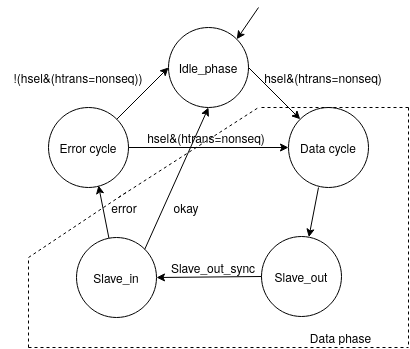
Ovsthus/hovsthus_thesis keeps this draw.io diagram as figs/hw/sAgent_FSM.png. Above is the earlier version. Source tidied: cells renumbered, new cells last; positions are measured from the earlier drawing's top-left corner, leaving out a move shared by most shapes. The source it was exported from:
```xml
<mxGraphModel>
  <root>
    <mxCell id="0" />
    <mxCell id="1" parent="0" />
    <mxCell id="2" value="Idle_phase" style="ellipse;whiteSpace=wrap;html=1;" parent="1" vertex="1">
      <mxGeometry x="168" y="20" width="80" height="80" as="geometry" />
    </mxCell>
    <mxCell id="3" value="Data cycle" style="ellipse;whiteSpace=wrap;html=1;" parent="1" vertex="1">
      <mxGeometry x="288" y="100" width="80" height="80" as="geometry" />
    </mxCell>
    <mxCell id="4" value="&lt;div&gt;Slave_out &lt;br&gt;&lt;/div&gt;" style="ellipse;whiteSpace=wrap;html=1;" parent="1" vertex="1">
      <mxGeometry x="261" y="229" width="80" height="80" as="geometry" />
    </mxCell>
    <mxCell id="5" value="Slave_in" style="ellipse;whiteSpace=wrap;html=1;" parent="1" vertex="1">
      <mxGeometry x="76" y="230" width="80" height="80" as="geometry" />
    </mxCell>
    <mxCell id="6" value="Error cycle" style="ellipse;whiteSpace=wrap;html=1;" parent="1" vertex="1">
      <mxGeometry x="48" y="100" width="80" height="80" as="geometry" />
    </mxCell>
    <mxCell id="7" style="endArrow=classic;html=1;exitX=1;exitY=0.5;exitDx=0;exitDy=0;entryX=0;entryY=0;entryDx=0;entryDy=0;" parent="1" edge="1" source="2" target="3">
      <mxGeometry relative="1" as="geometry" />
    </mxCell>
    <mxCell id="8" style="endArrow=classic;html=1;exitX=0.375;exitY=1;exitDx=0;exitDy=0;exitPerimeter=0;" parent="1" edge="1" source="3" target="4">
      <mxGeometry relative="1" as="geometry" />
    </mxCell>
    <mxCell id="9" style="endArrow=classic;html=1;exitX=0;exitY=0.5;exitDx=0;exitDy=0;entryX=1;entryY=0.5;entryDx=0;entryDy=0;" parent="1" edge="1" source="4" target="5">
      <mxGeometry relative="1" as="geometry" />
    </mxCell>
    <mxCell id="10" style="endArrow=classic;html=1;entryX=0.625;entryY=0.975;entryDx=0;entryDy=0;entryPerimeter=0;" parent="1" edge="1" source="5" target="6">
      <mxGeometry relative="1" as="geometry" />
    </mxCell>
    <mxCell id="11" style="endArrow=classic;html=1;exitX=1;exitY=0;exitDx=0;exitDy=0;entryX=0;entryY=0.5;entryDx=0;entryDy=0;" parent="1" edge="1" source="6" target="2">
      <mxGeometry relative="1" as="geometry" />
    </mxCell>
    <mxCell id="12" value="hsel&amp;amp;(htrans=nonseq)" style="text;html=1;strokeColor=none;fillColor=none;align=center;verticalAlign=middle;whiteSpace=wrap;rounded=0;" parent="1" vertex="1">
      <mxGeometry x="268" y="60" width="110" height="20" as="geometry" />
    </mxCell>
    <mxCell id="13" value="Slave_out_sync" style="text;html=1;strokeColor=none;fillColor=none;align=center;verticalAlign=middle;whiteSpace=wrap;rounded=0;" parent="1" vertex="1">
      <mxGeometry x="193" y="250" width="40" height="20" as="geometry" />
    </mxCell>
    <mxCell id="14" value="okay" style="text;html=1;strokeColor=none;fillColor=none;align=center;verticalAlign=middle;whiteSpace=wrap;rounded=0;" parent="1" vertex="1">
      <mxGeometry x="164" y="190" width="44" height="20" as="geometry" />
    </mxCell>
    <mxCell id="15" value="!(hsel&amp;amp;(htrans=nonseq))" style="text;html=1;strokeColor=none;fillColor=none;align=center;verticalAlign=middle;whiteSpace=wrap;rounded=0;" parent="1" vertex="1">
      <mxGeometry y="60" width="156" height="20" as="geometry" />
    </mxCell>
    <mxCell id="16" style="endArrow=classic;html=1;entryX=1;entryY=0;entryDx=0;entryDy=0;" parent="1" edge="1" target="2">
      <mxGeometry relative="1" as="geometry">
        <mxPoint x="258" as="sourcePoint" />
      </mxGeometry>
    </mxCell>
    <mxCell id="17" style="endArrow=classic;html=1;exitX=1;exitY=0.5;exitDx=0;exitDy=0;entryX=0;entryY=0.5;entryDx=0;entryDy=0;" parent="1" edge="1" source="6" target="3">
      <mxGeometry relative="1" as="geometry" />
    </mxCell>
    <mxCell id="18" style="endArrow=classic;html=1;exitX=1;exitY=0;exitDx=0;exitDy=0;entryX=0.5;entryY=1;entryDx=0;entryDy=0;" parent="1" edge="1" source="5" target="2">
      <mxGeometry relative="1" as="geometry" />
    </mxCell>
    <mxCell id="19" value="error" style="text;html=1;strokeColor=none;fillColor=none;align=center;verticalAlign=middle;whiteSpace=wrap;rounded=0;" parent="1" vertex="1">
      <mxGeometry x="102" y="190" width="44" height="20" as="geometry" />
    </mxCell>
    <mxCell id="20" value="hsel&amp;amp;(htrans=nonseq)" style="text;html=1;strokeColor=none;fillColor=none;align=center;verticalAlign=middle;whiteSpace=wrap;rounded=0;" parent="1" vertex="1">
      <mxGeometry x="151" y="120" width="110" height="20" as="geometry" />
    </mxCell>
    <mxCell id="21" style="endArrow=none;dashed=1;html=1;" parent="1" edge="1">
      <mxGeometry relative="1" as="geometry">
        <mxPoint x="408" y="100" as="sourcePoint" />
        <mxPoint x="258" y="100" as="targetPoint" />
      </mxGeometry>
    </mxCell>
    <mxCell id="22" style="endArrow=none;dashed=1;html=1;" parent="1" edge="1">
      <mxGeometry relative="1" as="geometry">
        <mxPoint x="28" y="340" as="sourcePoint" />
        <mxPoint x="28" y="250" as="targetPoint" />
      </mxGeometry>
    </mxCell>
    <mxCell id="23" style="endArrow=none;dashed=1;html=1;" parent="1" edge="1">
      <mxGeometry relative="1" as="geometry">
        <mxPoint x="28" y="340" as="sourcePoint" />
        <mxPoint x="408" y="340" as="targetPoint" />
      </mxGeometry>
    </mxCell>
    <mxCell id="24" style="endArrow=none;dashed=1;html=1;" parent="1" edge="1">
      <mxGeometry relative="1" as="geometry">
        <mxPoint x="408" y="100" as="sourcePoint" />
        <mxPoint x="408" y="340" as="targetPoint" />
      </mxGeometry>
    </mxCell>
    <mxCell id="25" value="Data phase" style="text;html=1;strokeColor=none;fillColor=none;align=center;verticalAlign=middle;whiteSpace=wrap;rounded=0;" parent="1" vertex="1">
      <mxGeometry x="283" y="320" width="115" height="20" as="geometry" />
    </mxCell>
    <mxCell id="26" style="endArrow=none;dashed=1;html=1;" parent="1" edge="1">
      <mxGeometry relative="1" as="geometry">
        <mxPoint x="118" y="190" as="sourcePoint" />
        <mxPoint x="258" y="100" as="targetPoint" />
      </mxGeometry>
    </mxCell>
    <mxCell id="27" style="endArrow=none;dashed=1;html=1;" parent="1" edge="1">
      <mxGeometry relative="1" as="geometry">
        <mxPoint x="28" y="250" as="sourcePoint" />
        <mxPoint x="128" y="183.3" as="targetPoint" />
      </mxGeometry>
    </mxCell>
  </root>
</mxGraphModel>
```
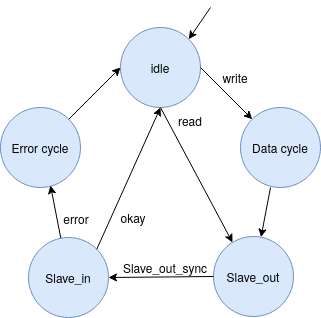
After the change.

The edit, as a diff of the source:
```diff
@@ -2,19 +2,19 @@
   <root>
     <mxCell id="0" />
     <mxCell id="1" parent="0" />
-    <mxCell id="2" value="Idle_phase" style="ellipse;whiteSpace=wrap;html=1;" parent="1" vertex="1">
+    <mxCell id="2" value="idle" style="ellipse;whiteSpace=wrap;html=1;fillColor=#dae8fc;strokeColor=#6c8ebf;" parent="1" vertex="1">
       <mxGeometry x="168" y="20" width="80" height="80" as="geometry" />
     </mxCell>
-    <mxCell id="3" value="Data cycle" style="ellipse;whiteSpace=wrap;html=1;" parent="1" vertex="1">
+    <mxCell id="3" value="Data cycle" style="ellipse;whiteSpace=wrap;html=1;fillColor=#dae8fc;strokeColor=#6c8ebf;" parent="1" vertex="1">
       <mxGeometry x="288" y="100" width="80" height="80" as="geometry" />
     </mxCell>
-    <mxCell id="4" value="&lt;div&gt;Slave_out &lt;br&gt;&lt;/div&gt;" style="ellipse;whiteSpace=wrap;html=1;" parent="1" vertex="1">
+    <mxCell id="4" value="&lt;div&gt;Slave_out &lt;br&gt;&lt;/div&gt;" style="ellipse;whiteSpace=wrap;html=1;fillColor=#dae8fc;strokeColor=#6c8ebf;" parent="1" vertex="1">
       <mxGeometry x="261" y="229" width="80" height="80" as="geometry" />
     </mxCell>
-    <mxCell id="5" value="Slave_in" style="ellipse;whiteSpace=wrap;html=1;" parent="1" vertex="1">
+    <mxCell id="5" value="Slave_in" style="ellipse;whiteSpace=wrap;html=1;fillColor=#dae8fc;strokeColor=#6c8ebf;" parent="1" vertex="1">
       <mxGeometry x="76" y="230" width="80" height="80" as="geometry" />
     </mxCell>
-    <mxCell id="6" value="Error cycle" style="ellipse;whiteSpace=wrap;html=1;" parent="1" vertex="1">
+    <mxCell id="6" value="Error cycle" style="ellipse;whiteSpace=wrap;html=1;fillColor=#dae8fc;strokeColor=#6c8ebf;" parent="1" vertex="1">
       <mxGeometry x="48" y="100" width="80" height="80" as="geometry" />
     </mxCell>
     <mxCell id="7" style="endArrow=classic;html=1;exitX=1;exitY=0.5;exitDx=0;exitDy=0;entryX=0;entryY=0;entryDx=0;entryDy=0;" parent="1" edge="1" source="2" target="3">
@@ -32,73 +32,31 @@
     <mxCell id="11" style="endArrow=classic;html=1;exitX=1;exitY=0;exitDx=0;exitDy=0;entryX=0;entryY=0.5;entryDx=0;entryDy=0;" parent="1" edge="1" source="6" target="2">
       <mxGeometry relative="1" as="geometry" />
     </mxCell>
-    <mxCell id="12" value="hsel&amp;amp;(htrans=nonseq)" style="text;html=1;strokeColor=none;fillColor=none;align=center;verticalAlign=middle;whiteSpace=wrap;rounded=0;" parent="1" vertex="1">
-      <mxGeometry x="268" y="60" width="110" height="20" as="geometry" />
-    </mxCell>
     <mxCell id="13" value="Slave_out_sync" style="text;html=1;strokeColor=none;fillColor=none;align=center;verticalAlign=middle;whiteSpace=wrap;rounded=0;" parent="1" vertex="1">
       <mxGeometry x="193" y="250" width="40" height="20" as="geometry" />
     </mxCell>
     <mxCell id="14" value="okay" style="text;html=1;strokeColor=none;fillColor=none;align=center;verticalAlign=middle;whiteSpace=wrap;rounded=0;" parent="1" vertex="1">
-      <mxGeometry x="164" y="190" width="44" height="20" as="geometry" />
+      <mxGeometry x="159" y="200" width="44" height="20" as="geometry" />
     </mxCell>
-    <mxCell id="15" value="!(hsel&amp;amp;(htrans=nonseq))" style="text;html=1;strokeColor=none;fillColor=none;align=center;verticalAlign=middle;whiteSpace=wrap;rounded=0;" parent="1" vertex="1">
-      <mxGeometry y="60" width="156" height="20" as="geometry" />
-    </mxCell>
     <mxCell id="16" style="endArrow=classic;html=1;entryX=1;entryY=0;entryDx=0;entryDy=0;" parent="1" edge="1" target="2">
       <mxGeometry relative="1" as="geometry">
         <mxPoint x="258" as="sourcePoint" />
       </mxGeometry>
     </mxCell>
-    <mxCell id="17" style="endArrow=classic;html=1;exitX=1;exitY=0.5;exitDx=0;exitDy=0;entryX=0;entryY=0.5;entryDx=0;entryDy=0;" parent="1" edge="1" source="6" target="3">
-      <mxGeometry relative="1" as="geometry" />
-    </mxCell>
     <mxCell id="18" style="endArrow=classic;html=1;exitX=1;exitY=0;exitDx=0;exitDy=0;entryX=0.5;entryY=1;entryDx=0;entryDy=0;" parent="1" edge="1" source="5" target="2">
       <mxGeometry relative="1" as="geometry" />
     </mxCell>
     <mxCell id="19" value="error" style="text;html=1;strokeColor=none;fillColor=none;align=center;verticalAlign=middle;whiteSpace=wrap;rounded=0;" parent="1" vertex="1">
-      <mxGeometry x="102" y="190" width="44" height="20" as="geometry" />
+      <mxGeometry x="102" y="201" width="44" height="20" as="geometry" />
     </mxCell>
-    <mxCell id="20" value="hsel&amp;amp;(htrans=nonseq)" style="text;html=1;strokeColor=none;fillColor=none;align=center;verticalAlign=middle;whiteSpace=wrap;rounded=0;" parent="1" vertex="1">
-      <mxGeometry x="151" y="120" width="110" height="20" as="geometry" />
-    </mxCell>
-    <mxCell id="21" style="endArrow=none;dashed=1;html=1;" parent="1" edge="1">
-      <mxGeometry relative="1" as="geometry">
-        <mxPoint x="408" y="100" as="sourcePoint" />
-        <mxPoint x="258" y="100" as="targetPoint" />
-      </mxGeometry>
-    </mxCell>
-    <mxCell id="22" style="endArrow=none;dashed=1;html=1;" parent="1" edge="1">
-      <mxGeometry relative="1" as="geometry">
-        <mxPoint x="28" y="340" as="sourcePoint" />
-        <mxPoint x="28" y="250" as="targetPoint" />
-      </mxGeometry>
-    </mxCell>
-    <mxCell id="23" style="endArrow=none;dashed=1;html=1;" parent="1" edge="1">
-      <mxGeometry relative="1" as="geometry">
-        <mxPoint x="28" y="340" as="sourcePoint" />
-        <mxPoint x="408" y="340" as="targetPoint" />
-      </mxGeometry>
-    </mxCell>
-    <mxCell id="24" style="endArrow=none;dashed=1;html=1;" parent="1" edge="1">
-      <mxGeometry relative="1" as="geometry">
-        <mxPoint x="408" y="100" as="sourcePoint" />
-        <mxPoint x="408" y="340" as="targetPoint" />
-      </mxGeometry>
-    </mxCell>
-    <mxCell id="25" value="Data phase" style="text;html=1;strokeColor=none;fillColor=none;align=center;verticalAlign=middle;whiteSpace=wrap;rounded=0;" parent="1" vertex="1">
-      <mxGeometry x="283" y="320" width="115" height="20" as="geometry" />
-    </mxCell>
-    <mxCell id="26" style="endArrow=none;dashed=1;html=1;" parent="1" edge="1">
-      <mxGeometry relative="1" as="geometry">
-        <mxPoint x="118" y="190" as="sourcePoint" />
-        <mxPoint x="258" y="100" as="targetPoint" />
-      </mxGeometry>
-    </mxCell>
-    <mxCell id="27" style="endArrow=none;dashed=1;html=1;" parent="1" edge="1">
-      <mxGeometry relative="1" as="geometry">
-        <mxPoint x="28" y="250" as="sourcePoint" />
-        <mxPoint x="128" y="183.3" as="targetPoint" />
-      </mxGeometry>
-    </mxCell>
+    <mxCell id="28" style="endArrow=classic;html=1;exitX=0.5;exitY=1;exitDx=0;exitDy=0;entryX=0.238;entryY=0.075;entryDx=0;entryDy=0;entryPerimeter=0;" parent="1" edge="1" source="2" target="4">
+      <mxGeometry relative="1" as="geometry" />
+    </mxCell>
+    <mxCell id="29" value="write" style="text;html=1;strokeColor=none;fillColor=none;align=center;verticalAlign=middle;whiteSpace=wrap;rounded=0;" parent="1" vertex="1">
+      <mxGeometry x="263" y="60" width="40" height="20" as="geometry" />
+    </mxCell>
+    <mxCell id="30" value="read" style="text;html=1;strokeColor=none;fillColor=none;align=center;verticalAlign=middle;whiteSpace=wrap;rounded=0;" parent="1" vertex="1">
+      <mxGeometry x="218" y="103" width="40" height="20" as="geometry" />
+    </mxCell>
   </root>
 </mxGraphModel>
```
